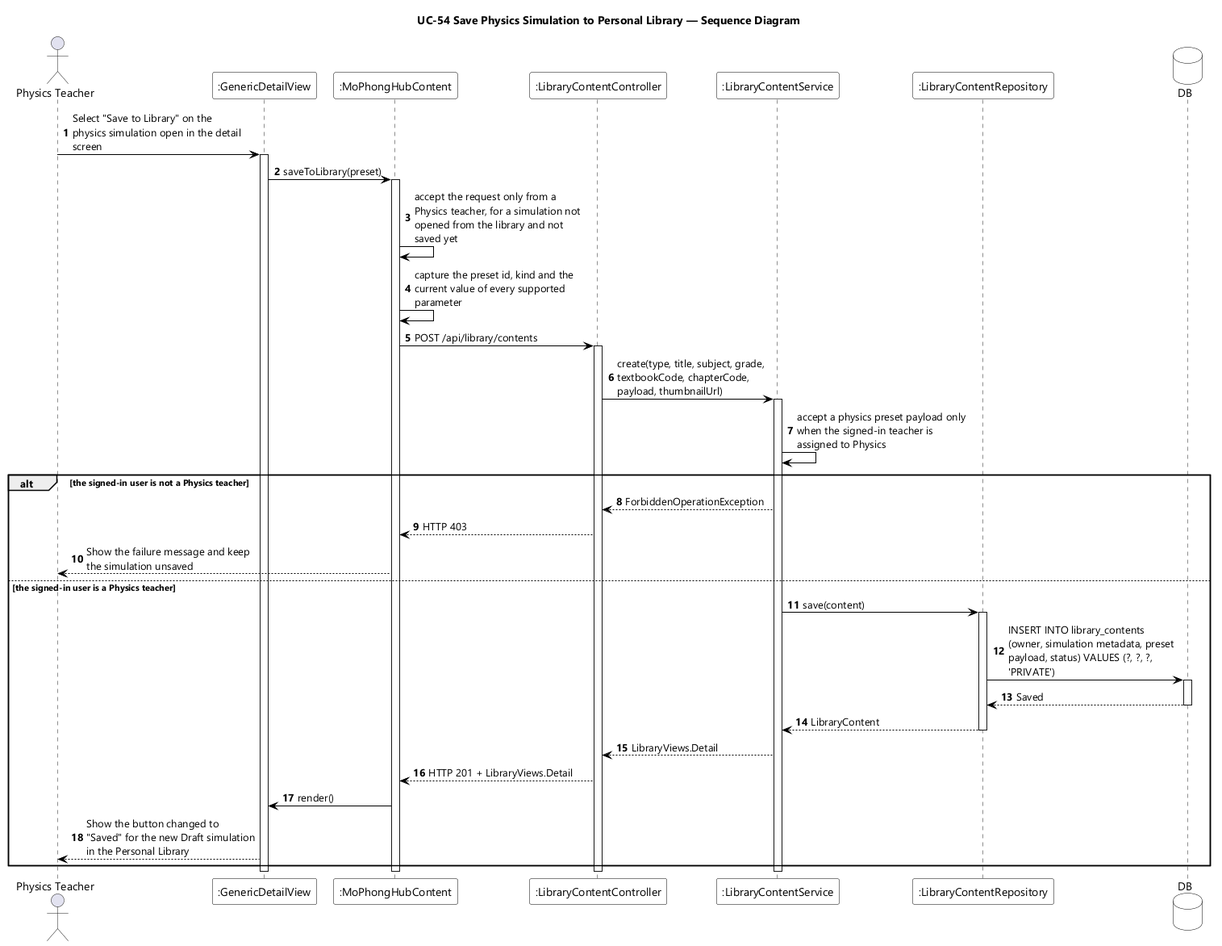
EduA-system/EduA-system keeps this PlantUML diagram as designs/sds-diagrams/uc54/uc54-sequence-diagram.png. Above is the earlier version.
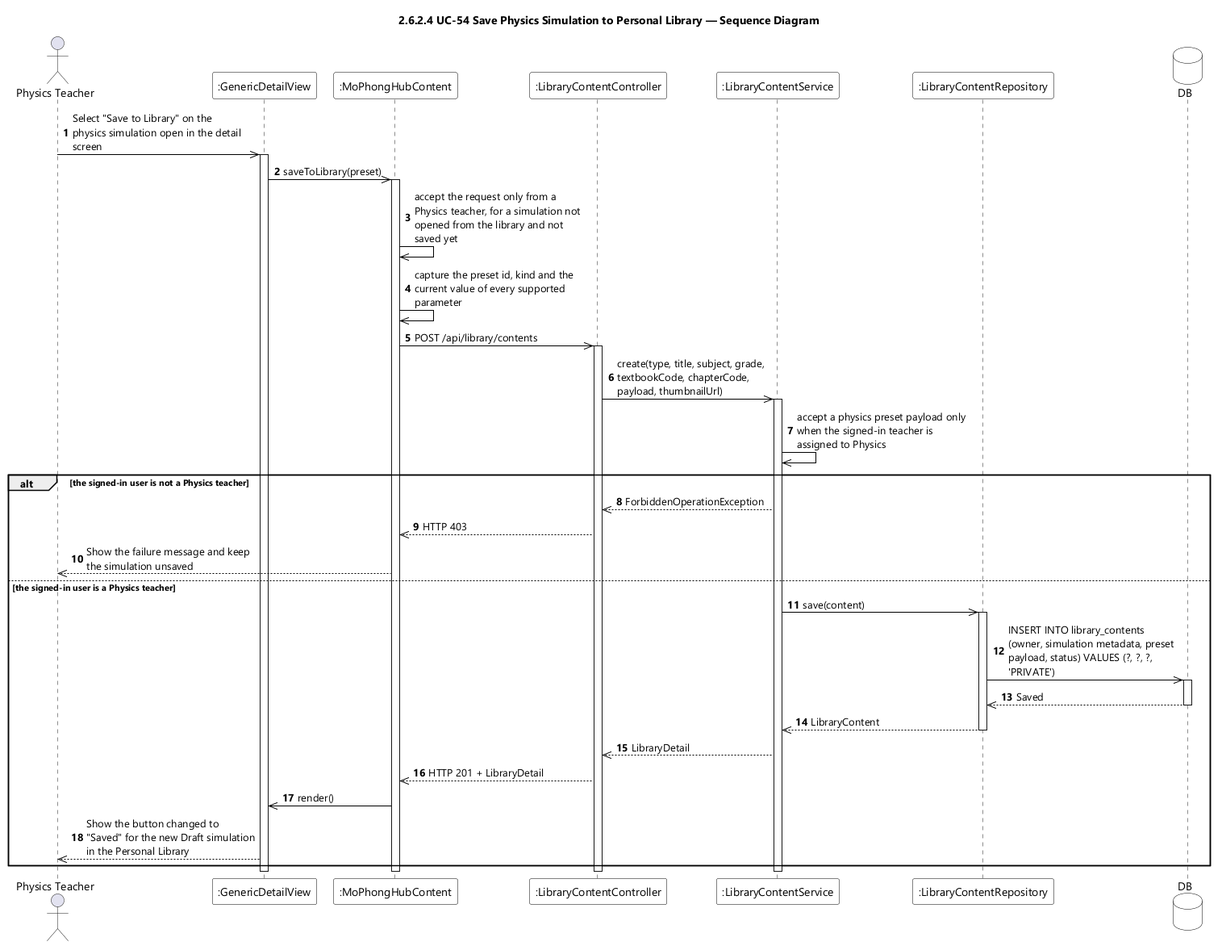
Above is the later version.

The edit, as a diff of the source:
```diff
@@ -9,7 +9,7 @@
 skinparam ArrowColor #000000
 skinparam sequenceMessageAlign left
 skinparam maxMessageSize 210
-title UC-54 Save Physics Simulation to Personal Library — Sequence Diagram
+title 2.6.2.4 UC-54 Save Physics Simulation to Personal Library — Sequence Diagram
 
 actor "Physics Teacher" as Teacher
 participant ":GenericDetailView" as GDV
@@ -20,35 +20,35 @@
 database DB
 
 autonumber
-Teacher -> GDV : Select "Save to Library" on the physics simulation open in the detail screen
+Teacher ->> GDV : Select "Save to Library" on the physics simulation open in the detail screen
 activate GDV
-GDV -> HUB : saveToLibrary(preset)
+GDV ->> HUB : saveToLibrary(preset)
 activate HUB
-HUB -> HUB : accept the request only from a Physics teacher, for a simulation not opened from the library and not saved yet
-HUB -> HUB : capture the preset id, kind and the current value of every supported parameter
-HUB -> CTL : POST /api/library/contents
+HUB ->> HUB : accept the request only from a Physics teacher, for a simulation not opened from the library and not saved yet
+HUB ->> HUB : capture the preset id, kind and the current value of every supported parameter
+HUB ->> CTL : POST /api/library/contents
 activate CTL
-CTL -> SVC : create(type, title, subject, grade, textbookCode, chapterCode, payload, thumbnailUrl)
+CTL ->> SVC : create(type, title, subject, grade, textbookCode, chapterCode, payload, thumbnailUrl)
 activate SVC
-SVC -> SVC : accept a physics preset payload only when the signed-in teacher is assigned to Physics
+SVC ->> SVC : accept a physics preset payload only when the signed-in teacher is assigned to Physics
 
 alt the signed-in user is not a Physics teacher
-  SVC --> CTL : ForbiddenOperationException
-  CTL --> HUB : HTTP 403
-  HUB --> Teacher : Show the failure message and keep the simulation unsaved
+  SVC -->> CTL : ForbiddenOperationException
+  CTL -->> HUB : HTTP 403
+  HUB -->> Teacher : Show the failure message and keep the simulation unsaved
 else the signed-in user is a Physics teacher
-  SVC -> REPO : save(content)
+  SVC ->> REPO : save(content)
   activate REPO
-  REPO -> DB : INSERT INTO library_contents (owner, simulation metadata, preset payload, status) VALUES (?, ?, ?, 'PRIVATE')
+  REPO ->> DB : INSERT INTO library_contents (owner, simulation metadata, preset payload, status) VALUES (?, ?, ?, 'PRIVATE')
   activate DB
-  DB --> REPO : Saved
+  DB -->> REPO : Saved
   deactivate DB
-  REPO --> SVC : LibraryContent
+  REPO -->> SVC : LibraryContent
   deactivate REPO
-  SVC --> CTL : LibraryViews.Detail
-  CTL --> HUB : HTTP 201 + LibraryViews.Detail
-  HUB -> GDV : render()
-  GDV --> Teacher : Show the button changed to "Saved" for the new Draft simulation in the Personal Library
+  SVC -->> CTL : LibraryDetail
+  CTL -->> HUB : HTTP 201 + LibraryDetail
+  HUB ->> GDV : render()
+  GDV -->> Teacher : Show the button changed to "Saved" for the new Draft simulation in the Personal Library
 end
 deactivate SVC
 deactivate CTL
```
